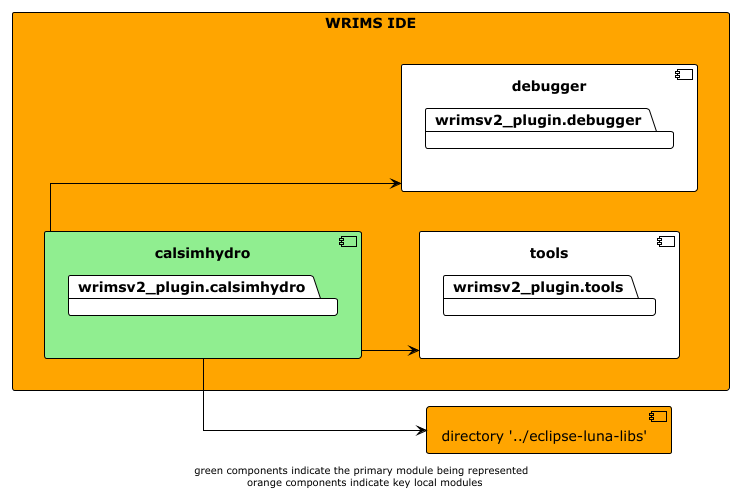
This is docs/diagrams/wrims-ide/wrims-ide_calsimhydro.png from CentralValleyModeling/wrims, a PlantUML export, as it was before one commit. Source of this version:
```plantuml
@startuml

!theme plain
left to right direction
skinparam linetype ortho

rectangle wrims-ide as "WRIMS IDE" #orange {
    component calsimhydro #lightgreen {
        package wrimsv2_plugin.calsimhydro
    }
    component tools {
        package wrimsv2_plugin.tools
    }
    component debugger {
        package wrimsv2_plugin.debugger
    }
}

component luna_libs as "directory '../eclipse-luna-libs'" #orange

calsimhydro -down-> luna_libs
calsimhydro -down-> tools
calsimhydro -down-> debugger

footer "green components indicate the primary module being represented \n orange components indicate key local modules"
@enduml
```
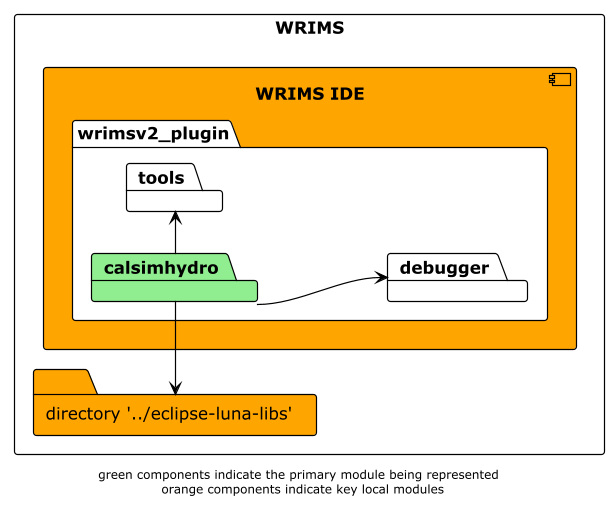
After the commit.

Change to the diagram source:
```diff
@@ -4,23 +4,20 @@
 left to right direction
 skinparam linetype ortho
 
-rectangle wrims-ide as "WRIMS IDE" #orange {
-    component calsimhydro #lightgreen {
-        package wrimsv2_plugin.calsimhydro
+rectangle WRIMS {
+    component wrims-ide as "WRIMS IDE" #orange {
+        package wrimsv2_plugin {
+            package calsimhydro#lightgreen
+            package tools
+            package debugger
+        }
     }
-    component tools {
-        package wrimsv2_plugin.tools
-    }
-    component debugger {
-        package wrimsv2_plugin.debugger
-    }
+
+    folder luna_libs as "directory '../eclipse-luna-libs'" #orange
 }
-
-component luna_libs as "directory '../eclipse-luna-libs'" #orange
-
-calsimhydro -down-> luna_libs
-calsimhydro -down-> tools
-calsimhydro -down-> debugger
+calsimhydro -l-> luna_libs
+calsimhydro -r-> tools
+calsimhydro --> debugger
 
 footer "green components indicate the primary module being represented \n orange components indicate key local modules"
 @enduml
```
